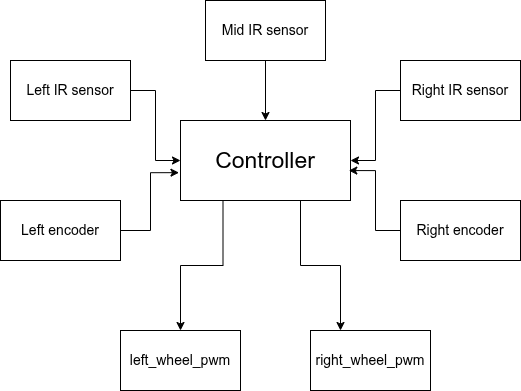
Above: docs/assets/images/flow1.png in asmitaa16/mazesolver_fpga (draw.io), before the change. Source tidied: cells renumbered, new cells last; positions are measured from the earlier drawing's top-left corner, leaving out a move shared by most shapes.
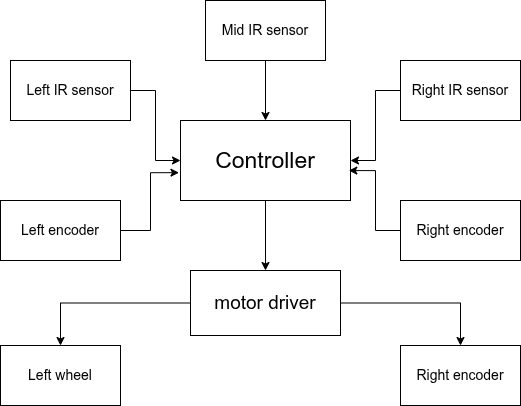
The same file after the commit.

Change to the diagram source:
```diff
@@ -1,19 +1,10 @@
-<mxGraphModel>
+<mxGraphModel background="#ffffff">
   <root>
     <mxCell id="0" />
     <mxCell id="1" parent="0" />
-    <mxCell id="2" style="edgeStyle=orthogonalEdgeStyle;rounded=0;jettySize=auto;html=1;exitX=0.25;exitY=1;exitDx=0;exitDy=0;entryX=0.5;entryY=0;entryDx=0;entryDy=0;" parent="1" edge="1" source="4" target="12">
-      <mxGeometry relative="1" as="geometry" />
-    </mxCell>
-    <mxCell id="3" style="edgeStyle=orthogonalEdgeStyle;rounded=0;jettySize=auto;html=1;exitX=0.75;exitY=1;exitDx=0;exitDy=0;entryX=0.25;entryY=0;entryDx=0;entryDy=0;" parent="1" edge="1" source="4" target="11">
-      <mxGeometry relative="1" as="geometry">
-        <Array as="points">
-          <mxPoint x="300" y="200" />
-          <mxPoint x="300" y="265" />
-          <mxPoint x="340" y="265" />
-        </Array>
-      </mxGeometry>
-    </mxCell>
+    <mxCell id="17" style="edgeStyle=orthogonalEdgeStyle;rounded=0;jettySize=auto;html=1;entryX=0.5;entryY=0;entryDx=0;entryDy=0;" parent="1" edge="1" source="4" target="20">
+      <mxGeometry relative="1" as="geometry" />
+    </mxCell>
     <mxCell id="4" value="&lt;font style=&quot;font-size: 23px;&quot;&gt;Controller&lt;/font&gt;" style="rounded=0;whiteSpace=wrap;html=1;" parent="1" vertex="1">
       <mxGeometry x="180" y="120" width="170" height="80" as="geometry" />
     </mxCell>
@@ -35,12 +26,6 @@
     <mxCell id="10" value="&lt;font style=&quot;font-size: 14px;&quot;&gt;Left IR sensor&lt;/font&gt;" style="rounded=0;whiteSpace=wrap;html=1;" parent="1" vertex="1">
       <mxGeometry x="10" y="60" width="120" height="60" as="geometry" />
     </mxCell>
-    <mxCell id="11" value="&lt;span style=&quot;font-size: 14px;&quot;&gt;right_wheel_pwm&lt;/span&gt;" style="rounded=0;whiteSpace=wrap;html=1;" parent="1" vertex="1">
-      <mxGeometry x="310" y="330" width="120" height="60" as="geometry" />
-    </mxCell>
-    <mxCell id="12" value="&lt;span style=&quot;font-size: 14px;&quot;&gt;left_wheel_pwm&lt;/span&gt;" style="rounded=0;whiteSpace=wrap;html=1;" parent="1" vertex="1">
-      <mxGeometry x="120" y="330" width="120" height="60" as="geometry" />
-    </mxCell>
     <mxCell id="13" value="&lt;font style=&quot;font-size: 14px;&quot;&gt;Left encoder&lt;/font&gt;" style="rounded=0;whiteSpace=wrap;html=1;" parent="1" vertex="1">
       <mxGeometry y="200" width="120" height="60" as="geometry" />
     </mxCell>
@@ -53,5 +38,20 @@
     <mxCell id="16" style="edgeStyle=orthogonalEdgeStyle;rounded=0;jettySize=auto;html=1;exitX=0;exitY=0.5;exitDx=0;exitDy=0;entryX=0.99;entryY=0.626;entryDx=0;entryDy=0;entryPerimeter=0;" parent="1" edge="1" source="14" target="4">
       <mxGeometry relative="1" as="geometry" />
     </mxCell>
+    <mxCell id="18" style="edgeStyle=orthogonalEdgeStyle;rounded=0;jettySize=auto;html=1;entryX=0.5;entryY=0;entryDx=0;entryDy=0;" parent="1" edge="1" source="20" target="21">
+      <mxGeometry relative="1" as="geometry" />
+    </mxCell>
+    <mxCell id="19" style="edgeStyle=orthogonalEdgeStyle;rounded=0;jettySize=auto;html=1;exitX=1;exitY=0.5;exitDx=0;exitDy=0;entryX=0.5;entryY=0;entryDx=0;entryDy=0;" parent="1" edge="1" source="20" target="22">
+      <mxGeometry relative="1" as="geometry" />
+    </mxCell>
+    <mxCell id="20" value="&lt;font style=&quot;font-size: 19px;&quot;&gt;motor driver&lt;/font&gt;" style="rounded=0;whiteSpace=wrap;html=1;" parent="1" vertex="1">
+      <mxGeometry x="190" y="270" width="150" height="65" as="geometry" />
+    </mxCell>
+    <mxCell id="21" value="&lt;span style=&quot;font-size: 14px;&quot;&gt;Left wheel&lt;/span&gt;" style="rounded=0;whiteSpace=wrap;html=1;" parent="1" vertex="1">
+      <mxGeometry y="345" width="120" height="60" as="geometry" />
+    </mxCell>
+    <mxCell id="22" value="&lt;font style=&quot;font-size: 14px;&quot;&gt;Right encoder&lt;/font&gt;" style="rounded=0;whiteSpace=wrap;html=1;" parent="1" vertex="1">
+      <mxGeometry x="400" y="345" width="120" height="60" as="geometry" />
+    </mxCell>
   </root>
 </mxGraphModel>
```
